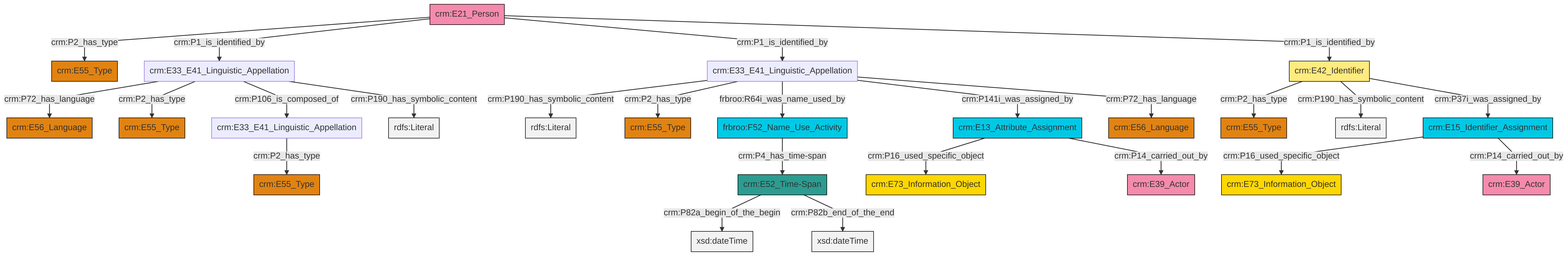
Before: et/personCSV/ttl/mmd/png/Person_Names_and_Classification.png, a diagram exported from Mermaid (swiss-art-research-net/docs.swissartresearch). Its source is kept beside it as et/personCSV/ttl/mmd/Person_Names_and_Classification.ttl.mmd.
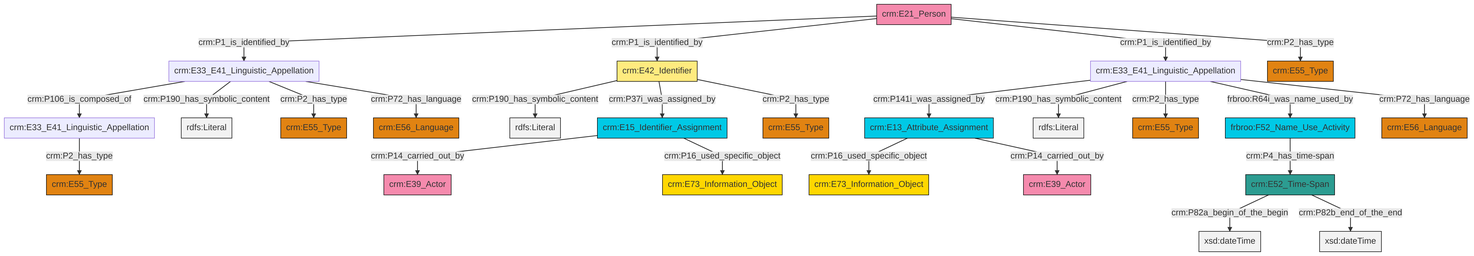
The same file after the commit.

What changed in the source:
```diff
@@ -13,27 +13,27 @@
 classDef PC_Classes fill:#4ce600, stroke:#000000;
 classDef Multi fill:#cccccc,stroke:#000000;
 
-0["crm:E52_Time-Span"]:::Time-Span -->|crm:P82a_begin_of_the_begin| 1[xsd:dateTime]:::Literal
-2["crm:E21_Person"]:::Actor -->|crm:P2_has_type| 3["crm:E55_Type"]:::Type
-4["crm:E13_Attribute_Assignment"]:::Temporal_Entity -->|crm:P16_used_specific_object| 5["crm:E73_Information_Object"]:::Conceptual_Object
-6["frbroo:F52_Name_Use_Activity"]:::Temporal_Entity -->|crm:P4_has_time-span| 0["crm:E52_Time-Span"]:::Time-Span
-4["crm:E13_Attribute_Assignment"]:::Temporal_Entity -->|crm:P14_carried_out_by| 10["crm:E39_Actor"]:::Actor
-2["crm:E21_Person"]:::Actor -->|crm:P1_is_identified_by| 11["crm:E33_E41_Linguistic_Appellation"]:::Default
-11["crm:E33_E41_Linguistic_Appellation"]:::Default -->|crm:P72_has_language| 12["crm:E56_Language"]:::Type
-19["crm:E15_Identifier_Assignment"]:::Temporal_Entity -->|crm:P16_used_specific_object| 20["crm:E73_Information_Object"]:::Conceptual_Object
-0["crm:E52_Time-Span"]:::Time-Span -->|crm:P82b_end_of_the_end| 27[xsd:dateTime]:::Literal
-17["crm:E33_E41_Linguistic_Appellation"]:::Default -->|crm:P190_has_symbolic_content| 28[rdfs:Literal]:::Literal
-11["crm:E33_E41_Linguistic_Appellation"]:::Default -->|crm:P2_has_type| 21["crm:E55_Type"]:::Type
-33["crm:E42_Identifier"]:::Appellation -->|crm:P2_has_type| 23["crm:E55_Type"]:::Type
-11["crm:E33_E41_Linguistic_Appellation"]:::Default -->|crm:P106_is_composed_of| 13["crm:E33_E41_Linguistic_Appellation"]:::Default
-11["crm:E33_E41_Linguistic_Appellation"]:::Default -->|crm:P190_has_symbolic_content| 35[rdfs:Literal]:::Literal
-2["crm:E21_Person"]:::Actor -->|crm:P1_is_identified_by| 17["crm:E33_E41_Linguistic_Appellation"]:::Default
-19["crm:E15_Identifier_Assignment"]:::Temporal_Entity -->|crm:P14_carried_out_by| 38["crm:E39_Actor"]:::Actor
-33["crm:E42_Identifier"]:::Appellation -->|crm:P190_has_symbolic_content| 39[rdfs:Literal]:::Literal
-17["crm:E33_E41_Linguistic_Appellation"]:::Default -->|crm:P2_has_type| 40["crm:E55_Type"]:::Type
-17["crm:E33_E41_Linguistic_Appellation"]:::Default -->|frbroo:R64i_was_name_used_by| 6["frbroo:F52_Name_Use_Activity"]:::Temporal_Entity
-17["crm:E33_E41_Linguistic_Appellation"]:::Default -->|crm:P141i_was_assigned_by| 4["crm:E13_Attribute_Assignment"]:::Temporal_Entity
-33["crm:E42_Identifier"]:::Appellation -->|crm:P37i_was_assigned_by| 19["crm:E15_Identifier_Assignment"]:::Temporal_Entity
-17["crm:E33_E41_Linguistic_Appellation"]:::Default -->|crm:P72_has_language| 8["crm:E56_Language"]:::Type
-13["crm:E33_E41_Linguistic_Appellation"]:::Default -->|crm:P2_has_type| 29["crm:E55_Type"]:::Type
-2["crm:E21_Person"]:::Actor -->|crm:P1_is_identified_by| 33["crm:E42_Identifier"]:::Appellation
+0["crm:E33_E41_Linguistic_Appellation"]:::Default -->|crm:P106_is_composed_of| 1["crm:E33_E41_Linguistic_Appellation"]:::Default
+0["crm:E33_E41_Linguistic_Appellation"]:::Default -->|crm:P190_has_symbolic_content| 4[rdfs:Literal]:::Literal
+9["crm:E13_Attribute_Assignment"]:::Temporal_Entity -->|crm:P16_used_specific_object| 7["crm:E73_Information_Object"]:::Conceptual_Object
+19["crm:E33_E41_Linguistic_Appellation"]:::Default -->|crm:P141i_was_assigned_by| 9["crm:E13_Attribute_Assignment"]:::Temporal_Entity
+5["crm:E21_Person"]:::Actor -->|crm:P1_is_identified_by| 0["crm:E33_E41_Linguistic_Appellation"]:::Default
+20["frbroo:F52_Name_Use_Activity"]:::Temporal_Entity -->|crm:P4_has_time-span| 21["crm:E52_Time-Span"]:::Time-Span
+2["crm:E15_Identifier_Assignment"]:::Temporal_Entity -->|crm:P14_carried_out_by| 22["crm:E39_Actor"]:::Actor
+1["crm:E33_E41_Linguistic_Appellation"]:::Default -->|crm:P2_has_type| 17["crm:E55_Type"]:::Type
+28["crm:E42_Identifier"]:::Appellation -->|crm:P190_has_symbolic_content| 29[rdfs:Literal]:::Literal
+9["crm:E13_Attribute_Assignment"]:::Temporal_Entity -->|crm:P14_carried_out_by| 30["crm:E39_Actor"]:::Actor
+5["crm:E21_Person"]:::Actor -->|crm:P1_is_identified_by| 28["crm:E42_Identifier"]:::Appellation
+19["crm:E33_E41_Linguistic_Appellation"]:::Default -->|crm:P190_has_symbolic_content| 33[rdfs:Literal]:::Literal
+21["crm:E52_Time-Span"]:::Time-Span -->|crm:P82a_begin_of_the_begin| 34[xsd:dateTime]:::Literal
+19["crm:E33_E41_Linguistic_Appellation"]:::Default -->|crm:P2_has_type| 12["crm:E55_Type"]:::Type
+5["crm:E21_Person"]:::Actor -->|crm:P1_is_identified_by| 19["crm:E33_E41_Linguistic_Appellation"]:::Default
+28["crm:E42_Identifier"]:::Appellation -->|crm:P37i_was_assigned_by| 2["crm:E15_Identifier_Assignment"]:::Temporal_Entity
+28["crm:E42_Identifier"]:::Appellation -->|crm:P2_has_type| 41["crm:E55_Type"]:::Type
+5["crm:E21_Person"]:::Actor -->|crm:P2_has_type| 38["crm:E55_Type"]:::Type
+19["crm:E33_E41_Linguistic_Appellation"]:::Default -->|frbroo:R64i_was_name_used_by| 20["frbroo:F52_Name_Use_Activity"]:::Temporal_Entity
+0["crm:E33_E41_Linguistic_Appellation"]:::Default -->|crm:P2_has_type| 15["crm:E55_Type"]:::Type
+19["crm:E33_E41_Linguistic_Appellation"]:::Default -->|crm:P72_has_language| 10["crm:E56_Language"]:::Type
+0["crm:E33_E41_Linguistic_Appellation"]:::Default -->|crm:P72_has_language| 23["crm:E56_Language"]:::Type
+21["crm:E52_Time-Span"]:::Time-Span -->|crm:P82b_end_of_the_end| 46[xsd:dateTime]:::Literal
+2["crm:E15_Identifier_Assignment"]:::Temporal_Entity -->|crm:P16_used_specific_object| 35["crm:E73_Information_Object"]:::Conceptual_Object
```
